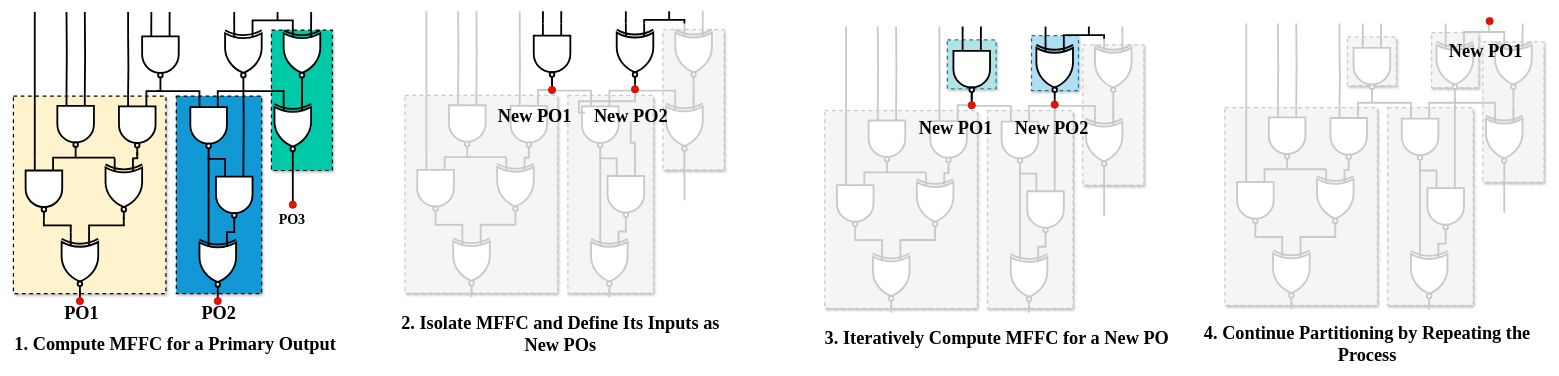
Earlier version of the draw.io diagram mffc_process.drawio (kxzhu0505/LogicSynOpt). Source tidied: cells renumbered, new cells numbered last; positions are measured from the earlier drawing's top-left corner, leaving out a move shared by most shapes. Both pictures are drawn from the tidied source at 61%, with x=0, y=0 at pixel (13, 11).
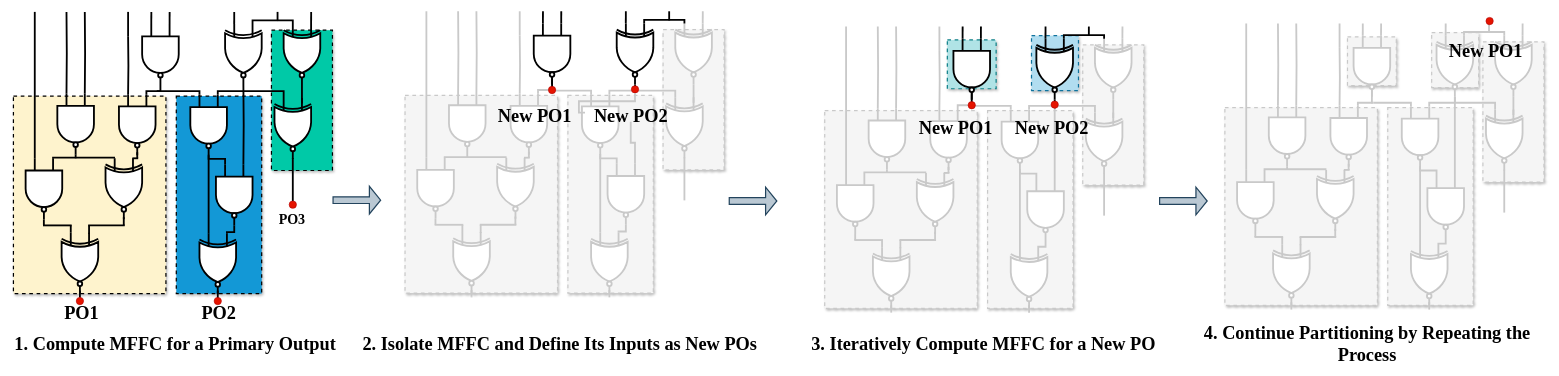
The same page after the edit.

What changed in the source:
```diff
@@
     <mxCell id="112" value="&lt;font style=&quot;font-size: 30px;&quot;&gt;&lt;font face=&quot;Times New Roman&quot;&gt;&lt;b style=&quot;&quot;&gt;2.&amp;nbsp;&lt;/b&gt;&lt;/font&gt;&lt;/font&gt;&lt;font face=&quot;Times New Roman&quot;&gt;&lt;span style=&quot;font-size: 30px;&quot;&gt;&lt;b&gt;Isolate MFFC and Define Its Inputs as New POs&lt;/b&gt;&lt;/span&gt;&lt;/font&gt;" style="text;html=1;align=center;verticalAlign=middle;whiteSpace=wrap;rounded=0;" parent="1" vertex="1">
-      <mxGeometry x="617" y="514" width="559" height="30" as="geometry" />
+      <mxGeometry x="562" y="529" width="666.5" height="30" as="geometry" />
     </mxCell>
@@
     <mxCell id="218" value="&lt;font style=&quot;font-size: 30px;&quot; face=&quot;Times New Roman&quot;&gt;&lt;b style=&quot;&quot;&gt;3.&amp;nbsp;&lt;/b&gt;&lt;/font&gt;&lt;font face=&quot;Times New Roman&quot;&gt;&lt;span style=&quot;font-size: 30px;&quot;&gt;&lt;b&gt;Iteratively Compute MFFC for a New PO&lt;/b&gt;&lt;/span&gt;&lt;/font&gt;" style="text;html=1;align=center;verticalAlign=middle;whiteSpace=wrap;rounded=0;" parent="1" vertex="1">
-      <mxGeometry x="1324" y="520" width="575.5" height="30" as="geometry" />
+      <mxGeometry x="1302" y="529" width="575.5" height="30" as="geometry" />
     </mxCell>
@@
+    <mxCell id="225" style="shape=flexArrow;endArrow=classic;html=1;rounded=0;fillColor=#bac8d3;strokeColor=#23445d;strokeWidth=2;endWidth=32.34782608695652;endSize=5.48;" parent="1" edge="1">
+      <mxGeometry relative="1" as="geometry">
+        <mxPoint x="522.5" y="309.6" as="sourcePoint" />
+        <mxPoint x="602.5" y="309.6" as="targetPoint" />
+      </mxGeometry>
+    </mxCell>
+    <mxCell id="226" style="shape=flexArrow;endArrow=classic;html=1;rounded=0;fillColor=#bac8d3;strokeColor=#23445d;strokeWidth=2;endWidth=32.34782608695652;endSize=5.48;" parent="1" edge="1">
+      <mxGeometry relative="1" as="geometry">
+        <mxPoint x="1172" y="311" as="sourcePoint" />
+        <mxPoint x="1252" y="311" as="targetPoint" />
+      </mxGeometry>
+    </mxCell>
+    <mxCell id="227" style="shape=flexArrow;endArrow=classic;html=1;rounded=0;fillColor=#bac8d3;strokeColor=#23445d;strokeWidth=2;endWidth=32.34782608695652;endSize=5.48;" parent="1" edge="1">
+      <mxGeometry relative="1" as="geometry">
+        <mxPoint x="1877.5" y="311" as="sourcePoint" />
+        <mxPoint x="1957.5" y="311" as="targetPoint" />
+      </mxGeometry>
+    </mxCell>
```
